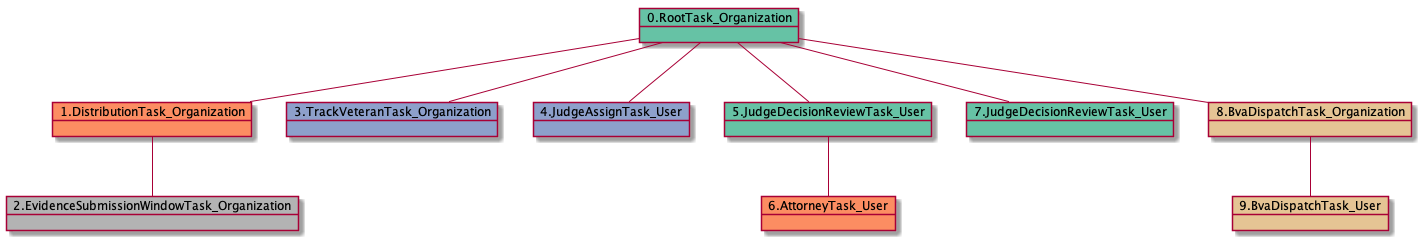
Above: docs-ES/uml/RTO-15152.png in yoomlam/graphing (PlantUML), before the change. Its diagram source:
```plantuml
@startuml
object 0.RootTask_Organization #66c2a5
object 1.DistributionTask_Organization #fc8d62
object 2.EvidenceSubmissionWindowTask_Organization #b3b3b3
object 3.TrackVeteranTask_Organization #8da0cb
object 4.JudgeAssignTask_User #8da0cb
object 5.JudgeDecisionReviewTask_User #66c2a5
object 6.AttorneyTask_User #fc8d62
object 7.JudgeDecisionReviewTask_User #66c2a5
object 8.BvaDispatchTask_Organization #e5c494
object 9.BvaDispatchTask_User #e5c494
0.RootTask_Organization -- 1.DistributionTask_Organization
1.DistributionTask_Organization -- 2.EvidenceSubmissionWindowTask_Organization
0.RootTask_Organization -- 3.TrackVeteranTask_Organization
0.RootTask_Organization -- 4.JudgeAssignTask_User
0.RootTask_Organization -- 5.JudgeDecisionReviewTask_User
5.JudgeDecisionReviewTask_User -- 6.AttorneyTask_User
0.RootTask_Organization -- 7.JudgeDecisionReviewTask_User
0.RootTask_Organization -- 8.BvaDispatchTask_Organization
8.BvaDispatchTask_Organization -- 9.BvaDispatchTask_User
@enduml
```
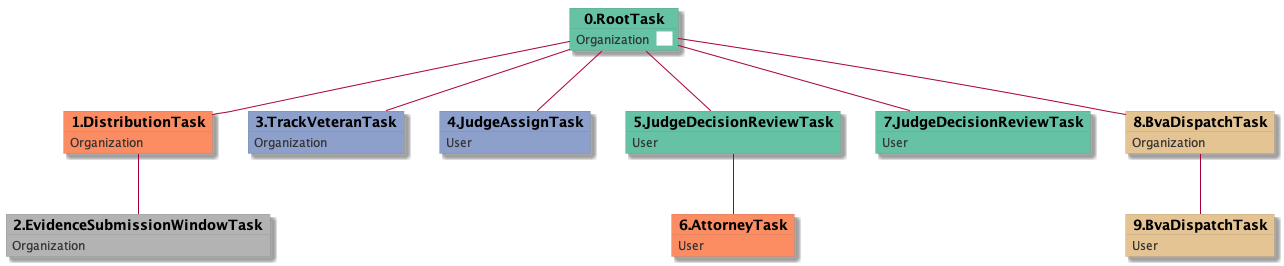
After the commit.

Change to the diagram source:
```diff
@@ -1,21 +1,49 @@
 @startuml
-object 0.RootTask_Organization #66c2a5
-object 1.DistributionTask_Organization #fc8d62
-object 2.EvidenceSubmissionWindowTask_Organization #b3b3b3
-object 3.TrackVeteranTask_Organization #8da0cb
-object 4.JudgeAssignTask_User #8da0cb
-object 5.JudgeDecisionReviewTask_User #66c2a5
-object 6.AttorneyTask_User #fc8d62
-object 7.JudgeDecisionReviewTask_User #66c2a5
-object 8.BvaDispatchTask_Organization #e5c494
-object 9.BvaDispatchTask_User #e5c494
-0.RootTask_Organization -- 1.DistributionTask_Organization
-1.DistributionTask_Organization -- 2.EvidenceSubmissionWindowTask_Organization
-0.RootTask_Organization -- 3.TrackVeteranTask_Organization
-0.RootTask_Organization -- 4.JudgeAssignTask_User
-0.RootTask_Organization -- 5.JudgeDecisionReviewTask_User
-5.JudgeDecisionReviewTask_User -- 6.AttorneyTask_User
-0.RootTask_Organization -- 7.JudgeDecisionReviewTask_User
-0.RootTask_Organization -- 8.BvaDispatchTask_Organization
-8.BvaDispatchTask_Organization -- 9.BvaDispatchTask_User
+skinparam {
+  ObjectBorderColor #555
+  ObjectBorderThickness 0
+  ObjectFontStyle bold
+  ObjectFontSize 14
+  ObjectAttributeFontColor #333
+  ObjectAttributeFontSize 12
+}
+  object 0.RootTask #66c2a5 {
+Organization  <back:white>    </back>
+}
+  object 1.DistributionTask #fc8d62 {
+Organization
+}
+  object 2.EvidenceSubmissionWindowTask #b3b3b3 {
+Organization
+}
+  object 3.TrackVeteranTask #8da0cb {
+Organization
+}
+  object 4.JudgeAssignTask #8da0cb {
+User
+}
+  object 5.JudgeDecisionReviewTask #66c2a5 {
+User
+}
+  object 6.AttorneyTask #fc8d62 {
+User
+}
+  object 7.JudgeDecisionReviewTask #66c2a5 {
+User
+}
+  object 8.BvaDispatchTask #e5c494 {
+Organization
+}
+  object 9.BvaDispatchTask #e5c494 {
+User
+}
+0.RootTask -- 1.DistributionTask
+1.DistributionTask -- 2.EvidenceSubmissionWindowTask
+0.RootTask -- 3.TrackVeteranTask
+0.RootTask -- 4.JudgeAssignTask
+0.RootTask -- 5.JudgeDecisionReviewTask
+5.JudgeDecisionReviewTask -- 6.AttorneyTask
+0.RootTask -- 7.JudgeDecisionReviewTask
+0.RootTask -- 8.BvaDispatchTask
+8.BvaDispatchTask -- 9.BvaDispatchTask
 @enduml
```
